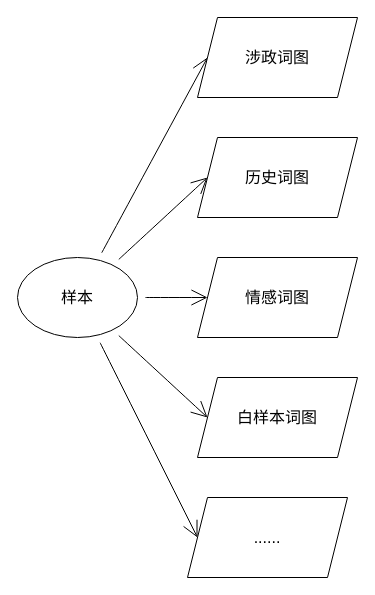
Before: wg-gnn.drawio in fpcsong/diagram, a draw.io diagram. Source tidied: cells renumbered, new cells numbered last; positions are measured from the earlier drawing's top-left corner, leaving out a move shared by most shapes. Both pictures are drawn from the tidied source at 100%, with x=0, y=0 at pixel (17, 17).
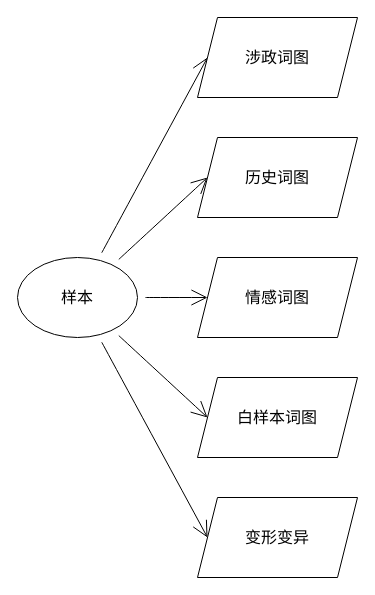
The same page after the edit.

The edit, as a diff of the source:
```diff
@@
 <mxGraphModel>
   <root>
     <mxCell id="0" />
     <mxCell id="1" parent="0" />
     <mxCell id="2" style="edgeStyle=none;curved=1;rounded=0;jettySize=auto;html=1;entryX=0;entryY=0.5;entryDx=0;entryDy=0;endArrow=open;startSize=14;endSize=14;sourcePerimeterSpacing=8;targetPerimeterSpacing=8;" parent="1" edge="1" source="7" target="8">
       <mxGeometry relative="1" as="geometry" />
     </mxCell>
     <mxCell id="3" style="edgeStyle=none;curved=1;rounded=0;jettySize=auto;html=1;entryX=0;entryY=0.5;entryDx=0;entryDy=0;endArrow=open;startSize=14;endSize=14;sourcePerimeterSpacing=8;targetPerimeterSpacing=8;" parent="1" edge="1" source="7" target="9">
       <mxGeometry relative="1" as="geometry" />
     </mxCell>
     <mxCell id="4" style="edgeStyle=none;curved=1;rounded=0;jettySize=auto;html=1;entryX=0;entryY=0.5;entryDx=0;entryDy=0;endArrow=open;startSize=14;endSize=14;sourcePerimeterSpacing=8;targetPerimeterSpacing=8;" parent="1" edge="1" source="7" target="10">
       <mxGeometry relative="1" as="geometry" />
     </mxCell>
     <mxCell id="5" style="edgeStyle=none;curved=1;rounded=0;jettySize=auto;html=1;entryX=0;entryY=0.5;entryDx=0;entryDy=0;endArrow=open;startSize=14;endSize=14;sourcePerimeterSpacing=8;targetPerimeterSpacing=8;" parent="1" edge="1" source="7" target="11">
       <mxGeometry relative="1" as="geometry" />
     </mxCell>
     <mxCell id="6" style="edgeStyle=none;curved=1;rounded=0;jettySize=auto;html=1;entryX=0;entryY=0.5;entryDx=0;entryDy=0;endArrow=open;startSize=14;endSize=14;sourcePerimeterSpacing=8;targetPerimeterSpacing=8;" parent="1" edge="1" source="7" target="12">
       <mxGeometry relative="1" as="geometry" />
     </mxCell>
     <mxCell id="7" value="&lt;span style=&quot;font-size: 16px&quot;&gt;样本&lt;/span&gt;" style="ellipse;whiteSpace=wrap;html=1;hachureGap=4;" parent="1" vertex="1">
       <mxGeometry y="240" width="120" height="80" as="geometry" />
     </mxCell>
     <mxCell id="8" value="&lt;font style=&quot;font-size: 16px&quot;&gt;涉政词图&lt;/font&gt;" style="shape=parallelogram;perimeter=parallelogramPerimeter;whiteSpace=wrap;html=1;fixedSize=1;hachureGap=4;" parent="1" vertex="1">
       <mxGeometry x="180" width="160" height="80" as="geometry" />
     </mxCell>
     <mxCell id="9" value="&lt;font style=&quot;font-size: 16px&quot;&gt;历史词图&lt;/font&gt;" style="shape=parallelogram;perimeter=parallelogramPerimeter;whiteSpace=wrap;html=1;fixedSize=1;hachureGap=4;" parent="1" vertex="1">
       <mxGeometry x="180" y="120" width="160" height="80" as="geometry" />
     </mxCell>
     <mxCell id="10" value="&lt;font style=&quot;font-size: 16px&quot;&gt;情感词图&lt;/font&gt;" style="shape=parallelogram;perimeter=parallelogramPerimeter;whiteSpace=wrap;html=1;fixedSize=1;hachureGap=4;" parent="1" vertex="1">
       <mxGeometry x="180" y="240" width="160" height="80" as="geometry" />
     </mxCell>
     <mxCell id="11" value="&lt;font style=&quot;font-size: 16px&quot;&gt;白样本词图&lt;/font&gt;" style="shape=parallelogram;perimeter=parallelogramPerimeter;whiteSpace=wrap;html=1;fixedSize=1;hachureGap=4;" parent="1" vertex="1">
       <mxGeometry x="180" y="360" width="160" height="80" as="geometry" />
     </mxCell>
-    <mxCell id="12" value="&lt;span style=&quot;font-size: 16px&quot;&gt;......&lt;/span&gt;" style="shape=parallelogram;perimeter=parallelogramPerimeter;whiteSpace=wrap;html=1;fixedSize=1;hachureGap=4;" parent="1" vertex="1">
-      <mxGeometry x="170" y="480" width="160" height="80" as="geometry" />
+    <mxCell id="12" value="&lt;span style=&quot;font-size: 16px&quot;&gt;变形变异&lt;/span&gt;" style="shape=parallelogram;perimeter=parallelogramPerimeter;whiteSpace=wrap;html=1;fixedSize=1;hachureGap=4;" parent="1" vertex="1">
+      <mxGeometry x="180" y="480" width="160" height="80" as="geometry" />
     </mxCell>
   </root>
 </mxGraphModel>
```
